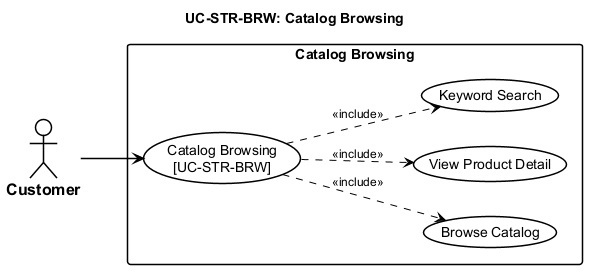
Above: thesis/figures/chapters/part2/ch2-design/02-use-cases/diagrams/P2S2.2.2_usecase-catalog-browsing.png in qingfa-dev/ReSys.Shop (PlantUML), before the change.
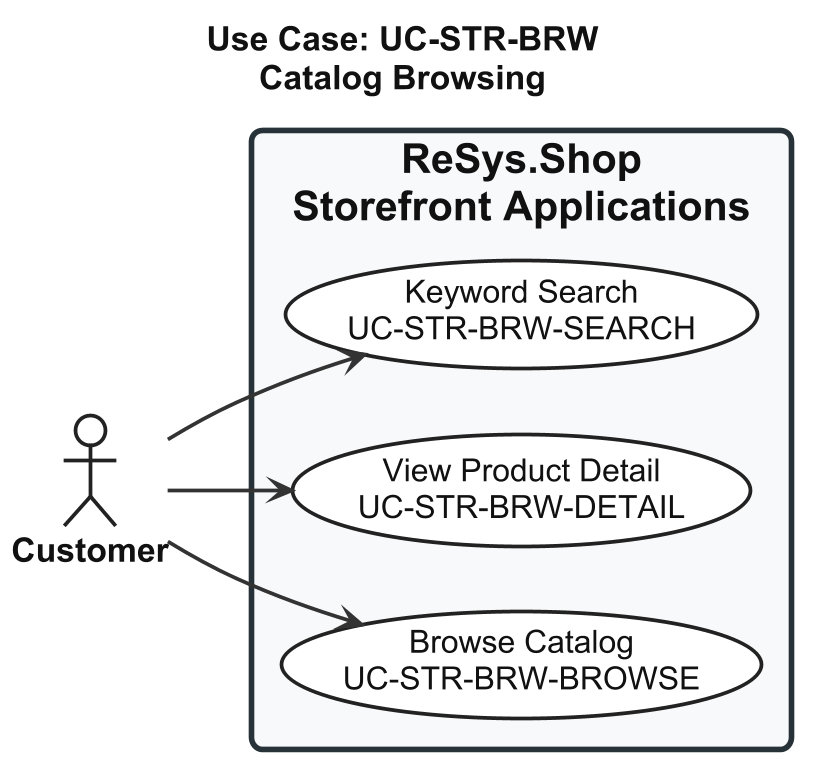
The same diagram one commit later.

What changed in the source:
```diff
@@ -1,53 +1,77 @@
 @startuml usecase-catalog-browsing
+
 left to right direction
 
+skinparam shadowing false
+skinparam dpi 180
+
 <style>
-  root {
-    FontName "Arial"
-    FontSize 14
-    Shadowing 0
-  }
-  actor {
-    BackGroundColor #FFFFFF
-    LineColor #000000
-    LineThickness 1.5
-    FontColor #000000
-    FontStyle bold
-    FontSize 16
-  }
-  usecase {
-    BackGroundColor #FFFFFF
-    LineColor #000000
-    LineThickness 1.5
-    FontColor #000000
-  }
-  rectangle {
-    BackGroundColor #FFFFFF
-    LineColor #000000
-    LineThickness 1.5
-    FontStyle bold
-  }
-  arrow {
-    LineColor #000000
-    LineThickness 1.5
-    FontSize 12
-  }
-</style>
-title UC-STR-BRW: Catalog Browsing
 
-actor "Customer" as Cust
-
-rectangle "Catalog Browsing" {
-  usecase "Catalog Browsing\n[UC-STR-BRW]" as UC_MAIN
-  usecase "Browse Catalog" as UC_BROWSE
-  usecase "View Product Detail" as UC_DETAIL
-  usecase "Keyword Search" as UC_SEARCH
-
-  UC_MAIN ..> UC_BROWSE : <<include>>
-  UC_MAIN ..> UC_DETAIL : <<include>>
-  UC_MAIN ..> UC_SEARCH : <<include>>
+root {
+  FontName "Arial"
+  FontSize 18
+  FontColor #111111
 }
 
-Cust --> UC_MAIN
+actor {
+  FontName "Arial"
+  FontSize 18
+  FontStyle bold
+  FontColor #111111
+  BackgroundColor #FFFFFF
+  LineColor #222222
+  LineThickness 2
+}
+
+usecase {
+  FontName "Arial"
+  FontSize 17
+  FontColor #111111
+  FontStyle plain
+  BackgroundColor #FFFFFF
+  LineColor #222222
+  LineThickness 2
+  Padding 18
+}
+
+rectangle {
+  FontName "Arial"
+  FontSize 22
+  FontStyle bold
+  FontColor #111111
+  BackgroundColor #F7F9FA
+  LineColor #263238
+  LineThickness 3
+  RoundCorner 12
+  Padding 30
+}
+
+arrow {
+  FontName "Arial"
+  FontSize 15
+  FontColor #111111
+  LineColor #333333
+  LineThickness 2
+}
+
+</style>
+
+title Use Case: UC-STR-BRW\nCatalog Browsing
+
+actor "Customer" as Customer
+
+rectangle "ReSys.Shop\nStorefront Applications" {
+
+  usecase "Browse Catalog\nUC-STR-BRW-BROWSE" as UC_BROWSE
+
+  usecase "View Product Detail\nUC-STR-BRW-DETAIL" as UC_DETAIL
+
+  usecase "Keyword Search\nUC-STR-BRW-SEARCH" as UC_SEARCH
+
+}
+
+Customer --> UC_BROWSE
+Customer --> UC_DETAIL
+Customer --> UC_SEARCH
 
 @enduml
```
